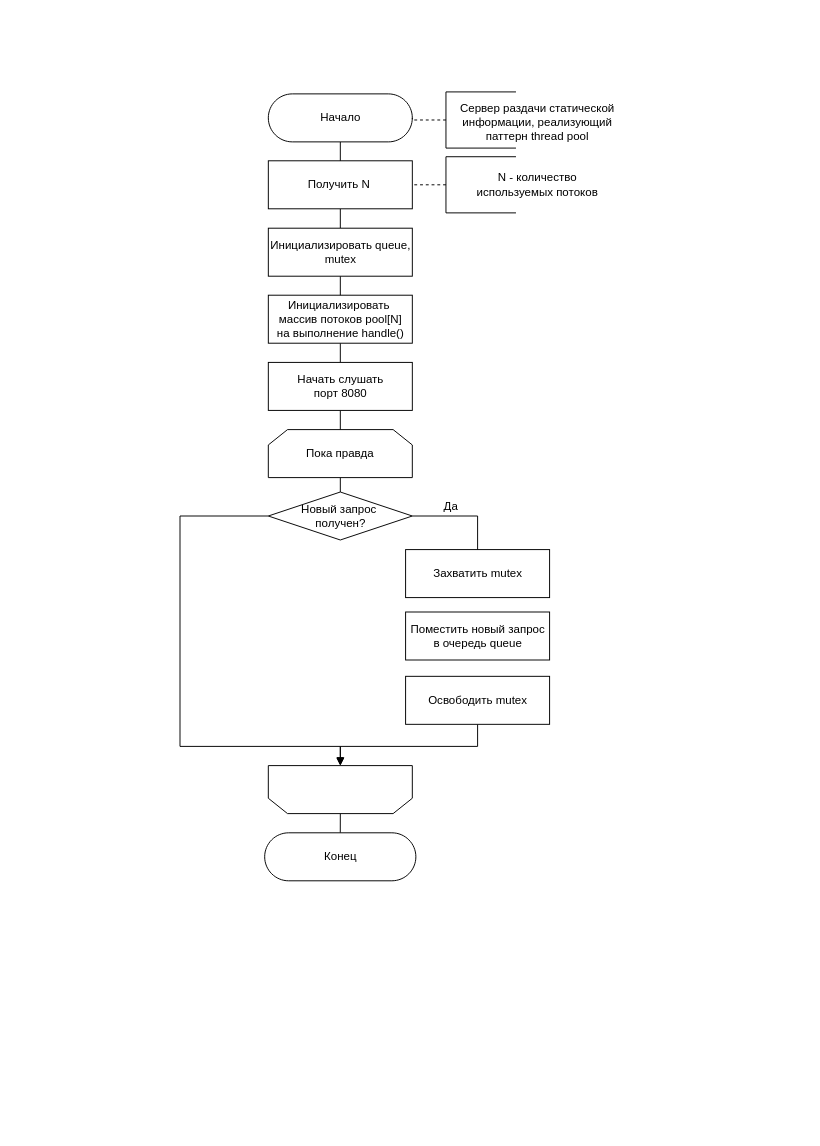
Earlier version of the draw.io diagram lab04/diagrams/server.drawio (kalashkovpaul/bmstu-aa). Source tidied: cells renumbered, new cells numbered last; positions are measured from the earlier drawing's top-left corner, leaving out a move shared by most shapes. Both pictures are drawn from the tidied source at 96%, with x=0, y=0 at pixel (16, 16).
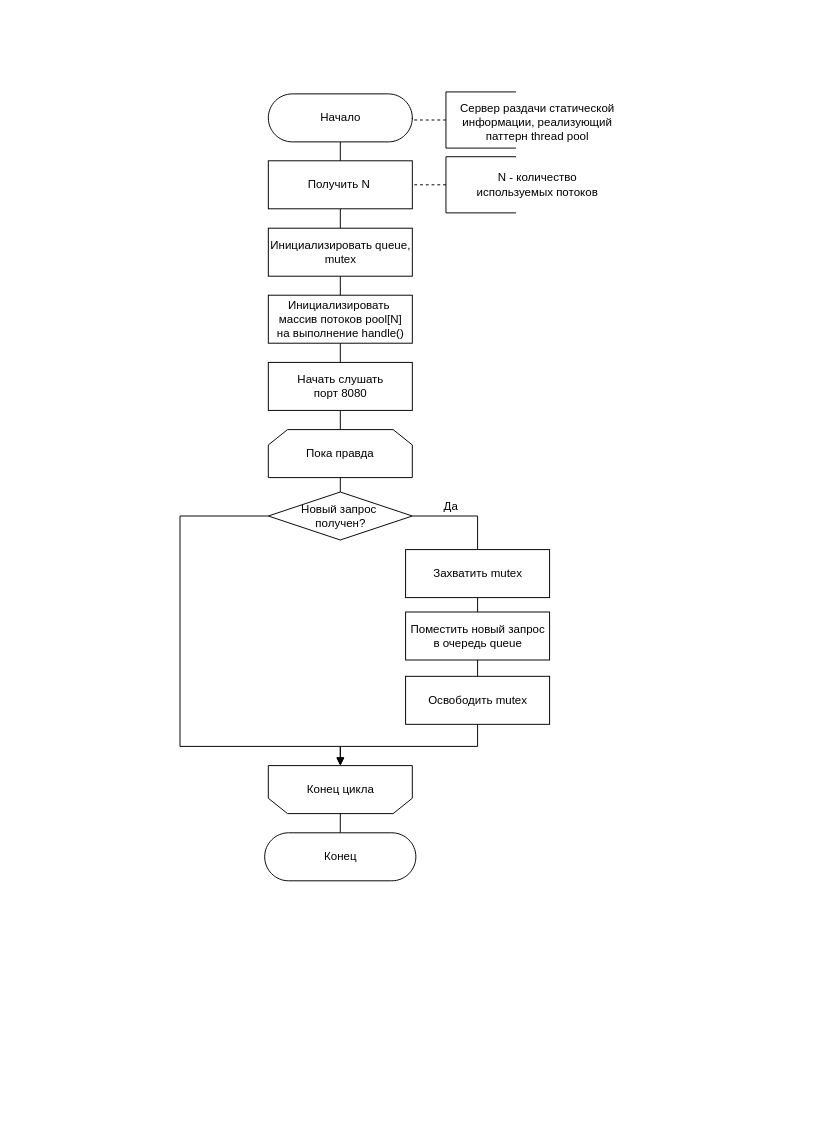
After the change.

Unchanged cells that the change refers to:
```xml
<mxCell id="15" value="Захватить mutex" style="html=1;dashed=0;whitespace=wrap;" parent="1" vertex="1">
  <mxGeometry x="405" y="555" width="150" height="50" as="geometry" />
</mxCell>
<mxCell id="29" value="Поместить новый запрос&lt;br&gt;в очередь queue" style="html=1;dashed=0;whitespace=wrap;" parent="1" vertex="1">
  <mxGeometry x="405" y="620" width="150" height="50" as="geometry" />
</mxCell>
<mxCell id="31" value="Освободить mutex" style="html=1;dashed=0;whitespace=wrap;" parent="1" vertex="1">
  <mxGeometry x="405" y="687" width="150" height="50" as="geometry" />
</mxCell>
```

Diff of the diagram source:
```diff
@@
+    <mxCell id="32" style="edgeStyle=none;html=1;exitX=0.5;exitY=1;exitDx=0;exitDy=0;endArrow=none;endFill=0;" parent="1" edge="1" source="15" target="29">
+      <mxGeometry relative="1" as="geometry" />
+    </mxCell>
@@
+    <mxCell id="33" style="edgeStyle=none;html=1;exitX=0.5;exitY=1;exitDx=0;exitDy=0;entryX=0.5;entryY=0;entryDx=0;entryDy=0;endArrow=none;endFill=0;" parent="1" edge="1" source="29" target="31">
+      <mxGeometry relative="1" as="geometry" />
+    </mxCell>
@@
+    <mxCell id="34" value="Конец цикла" style="text;html=1;align=center;verticalAlign=middle;fillColor=none;strokeColor=none;rounded=0;" parent="1" vertex="1">
+      <mxGeometry x="296" y="796" width="82" height="18" as="geometry" />
+    </mxCell>
```
